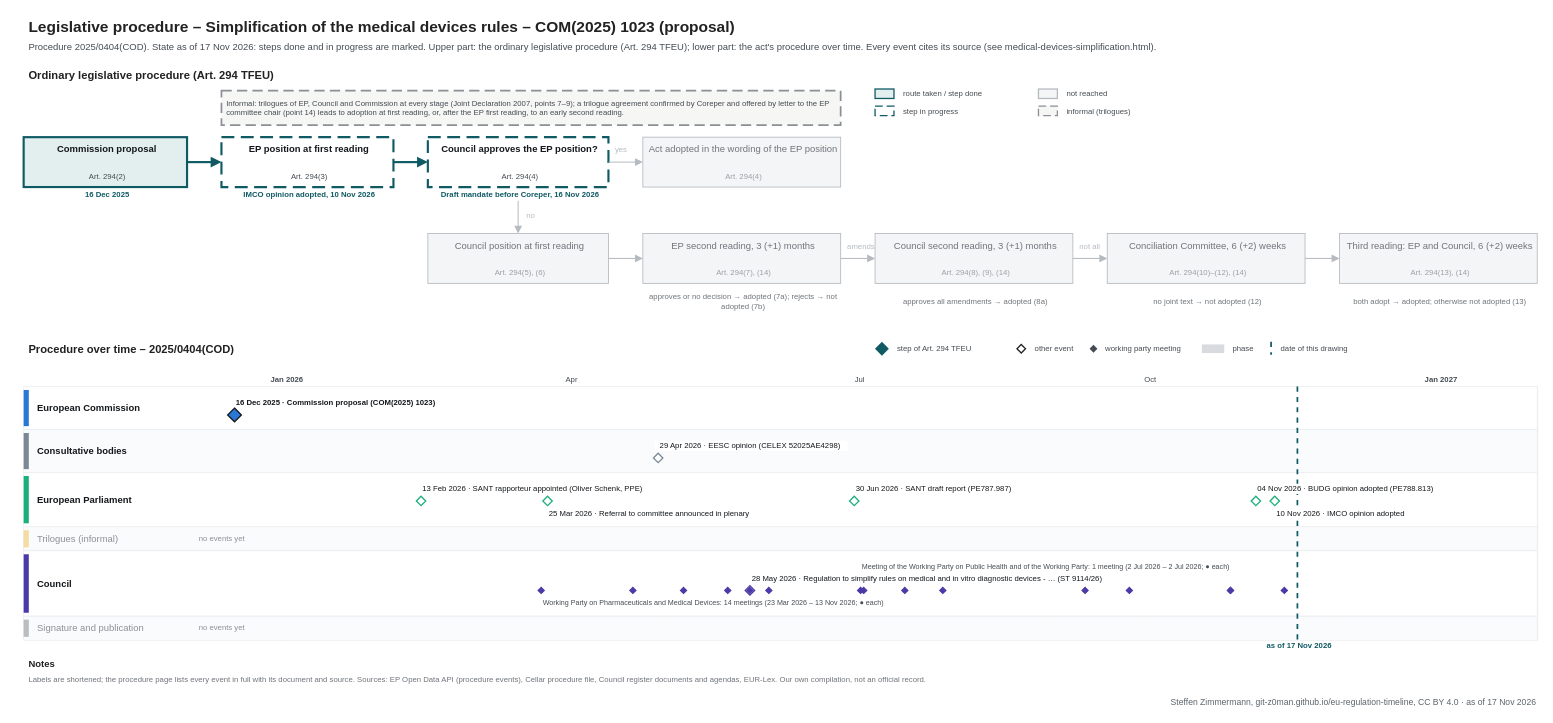
git-z0man/eu-regulation-timeline keeps this draw.io diagram as procedures/medical-devices-simplification.drawio. Above is the earlier version. Source tidied: cells renumbered, new cells numbered last; positions are measured from the earlier drawing's top-left corner, leaving out a move shared by most shapes. Both pictures are drawn from the tidied source at 86%, with x=0, y=0 at pixel (15, 15).
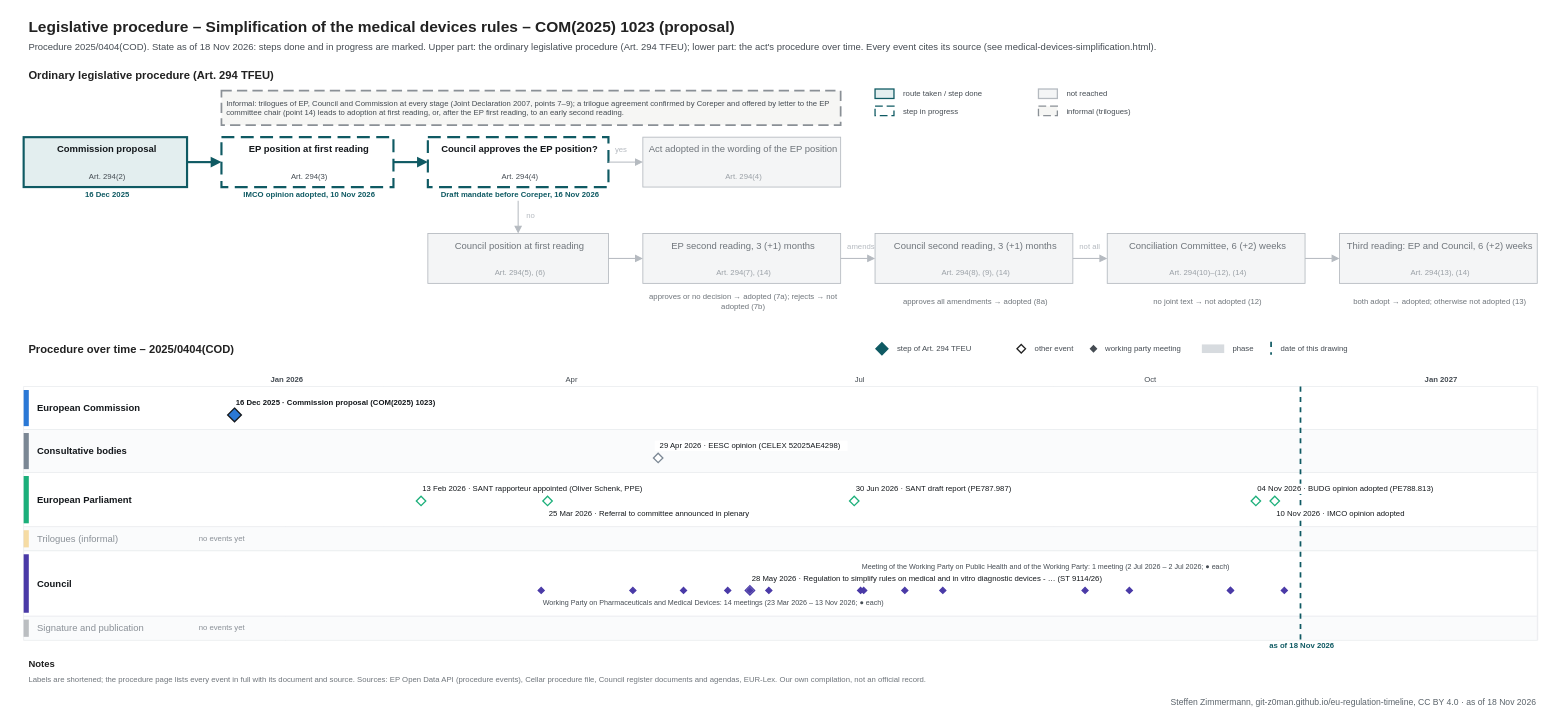
The same page after the edit.

Change to the diagram source:
```diff
@@
-    <mxCell id="3" value="Procedure 2025/0404(COD). State as of 17 Nov 2026: steps done and in progress are marked. Upper part: the ordinary legislative procedure (Art. 294 TFEU); lower part: the act's procedure over time. Every event cites its source (see medical-devices-simplification.html)." style="text;html=1;fontSize=11;fontColor=#454c53;align=left;verticalAlign=middle;spacingLeft=4;" parent="1" vertex="1">
+    <mxCell id="3" value="Procedure 2025/0404(COD). State as of 18 Nov 2026: steps done and in progress are marked. Upper part: the ordinary legislative procedure (Art. 294 TFEU); lower part: the act's procedure over time. Every event cites its source (see medical-devices-simplification.html)." style="text;html=1;fontSize=11;fontColor=#454c53;align=left;verticalAlign=middle;spacingLeft=4;" parent="1" vertex="1">
       <mxGeometry x="10" y="28" width="1700" height="18" as="geometry" />
     </mxCell>
@@
     <mxCell id="112" style="line;html=1;strokeWidth=2;strokeColor=#0f5a63;direction=south;dashed=1;" parent="1" vertex="1">
-      <mxGeometry x="1490.6" y="432" width="1" height="295" as="geometry" />
+      <mxGeometry x="1494.2" y="432" width="1" height="295" as="geometry" />
     </mxCell>
-    <mxCell id="113" value="as of 17 Nov 2026" style="text;html=1;fontSize=9;fontColor=#0f5a63;align=center;verticalAlign=middle;spacingLeft=4;fontStyle=1;" parent="1" vertex="1">
-      <mxGeometry x="1430.6" y="728" width="120" height="12" as="geometry" />
+    <mxCell id="113" value="as of 18 Nov 2026" style="text;html=1;fontSize=9;fontColor=#0f5a63;align=center;verticalAlign=middle;spacingLeft=4;fontStyle=1;" parent="1" vertex="1">
+      <mxGeometry x="1434.2" y="728" width="120" height="12" as="geometry" />
     </mxCell>
@@
-    <mxCell id="149" value="Steffen Zimmermann, git-z0man.github.io/eu-regulation-timeline, CC BY 4.0 · as of 17 Nov 2026" style="text;html=1;fontSize=10;fontColor=#5b646b;align=right;verticalAlign=middle;spacingLeft=4;" parent="1" vertex="1">
+    <mxCell id="149" value="Steffen Zimmermann, git-z0man.github.io/eu-regulation-timeline, CC BY 4.0 · as of 18 Nov 2026" style="text;html=1;fontSize=10;fontColor=#5b646b;align=right;verticalAlign=middle;spacingLeft=4;" parent="1" vertex="1">
       <mxGeometry x="10" y="791" width="1760" height="16" as="geometry" />
     </mxCell>
```
